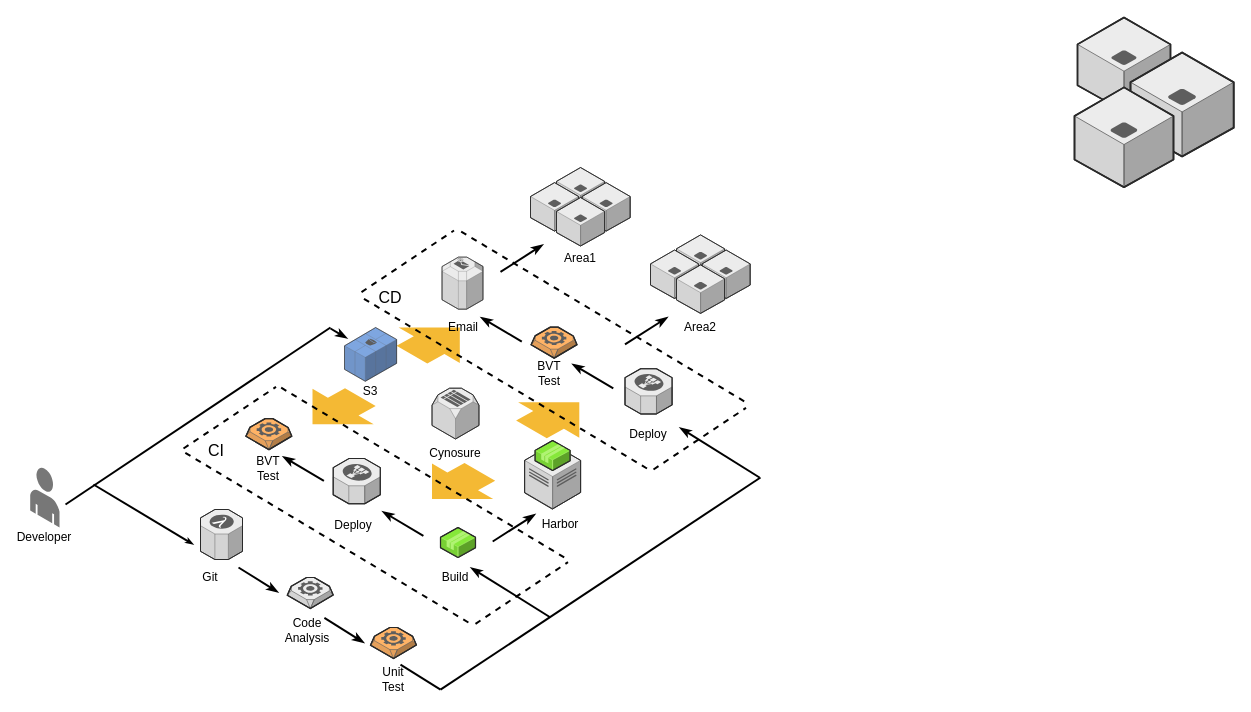
This is page "第 2 页" (2 of 2) of 未命名绘图.drawio from Mr-lixh/diagrams, a draw.io file, before an edit. Source tidied: cells renumbered, new cells numbered last; positions are measured from the earlier drawing's top-left corner, leaving out a move shared by most shapes. Both pictures are drawn from the tidied source at 100%, with x=0, y=0 at pixel (24, 17).
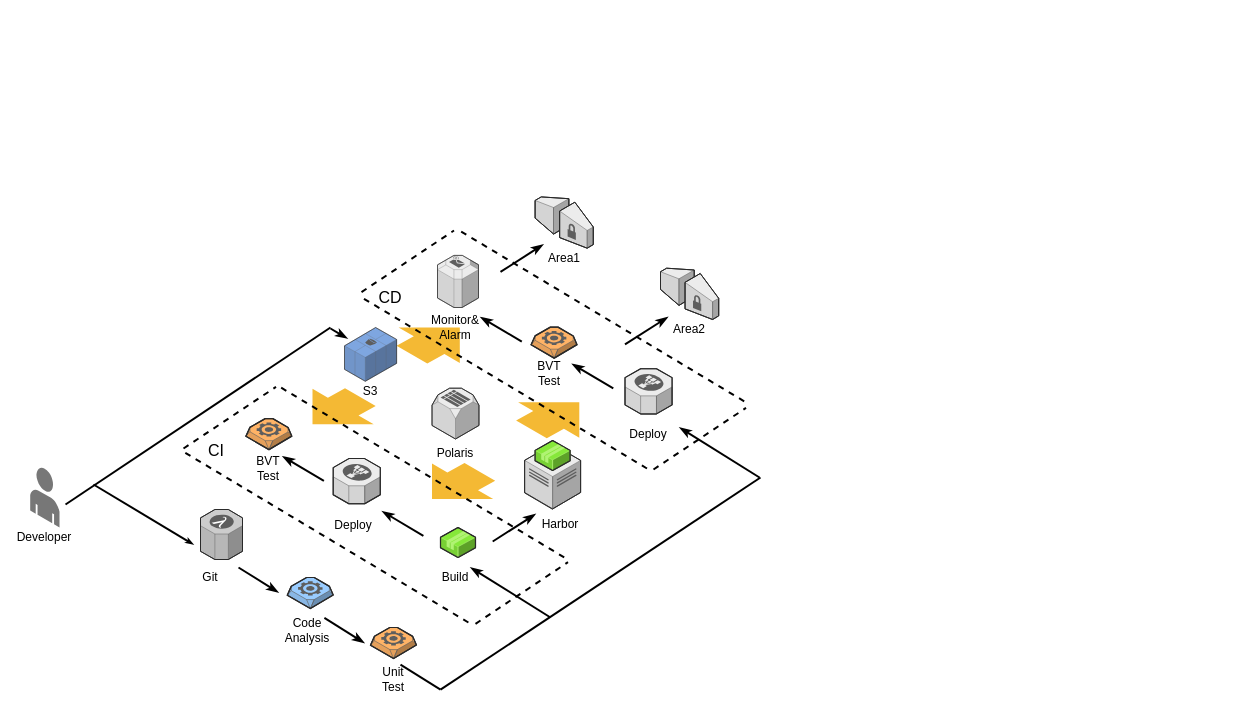
The same page after the edit.

Change to the diagram source:
```diff
@@
-    <mxCell id="6" style="verticalLabelPosition=bottom;html=1;verticalAlign=top;strokeWidth=1;align=center;dashed=0;shape=mxgraph.aws3d.lambda;fillColor=#ECECEC;strokeColor=#5E5E5E;rounded=0;" parent="1" vertex="1">
+    <mxCell id="6" style="verticalLabelPosition=bottom;html=1;verticalAlign=top;strokeWidth=1;align=center;dashed=0;shape=mxgraph.aws3d.lambda;fillColor=#CCCCCC;strokeColor=#5E5E5E;rounded=0;" parent="1" vertex="1">
       <mxGeometry x="176" y="492" width="42" height="50" as="geometry" />
     </mxCell>
@@
-    <mxCell id="9" style="verticalLabelPosition=bottom;html=1;verticalAlign=top;strokeWidth=1;align=center;dashed=0;shape=mxgraph.aws3d.application_server;fillColor=#ECECEC;strokeColor=#5E5E5E;hachureGap=4;" parent="1" vertex="1">
-      <mxGeometry x="1053" width="93" height="93.8" as="geometry" />
-    </mxCell>
-    <mxCell id="10" style="verticalLabelPosition=bottom;html=1;verticalAlign=top;strokeWidth=1;align=center;dashed=0;shape=mxgraph.aws3d.application_server;fillColor=#ECECEC;strokeColor=#5E5E5E;hachureGap=4;" parent="1" vertex="1">
-      <mxGeometry x="1106" y="34.9" width="103.2" height="104" as="geometry" />
-    </mxCell>
-    <mxCell id="11" style="verticalLabelPosition=bottom;html=1;verticalAlign=top;strokeWidth=1;align=center;dashed=0;shape=mxgraph.aws3d.application_server;fillColor=#ECECEC;strokeColor=#5E5E5E;hachureGap=4;" parent="1" vertex="1">
-      <mxGeometry x="1050" y="69.9" width="99" height="99.8" as="geometry" />
-    </mxCell>
@@
-    <mxCell id="17" style="verticalLabelPosition=bottom;html=1;verticalAlign=top;strokeWidth=1;align=center;dashed=0;shape=mxgraph.aws3d.worker;fillColor=#ECECEC;strokeColor=#5E5E5E;hachureGap=4;" parent="1" vertex="1">
+    <mxCell id="17" style="verticalLabelPosition=bottom;html=1;verticalAlign=top;strokeWidth=1;align=center;dashed=0;shape=mxgraph.aws3d.worker;fillColor=#99CCFF;strokeColor=#5E5E5E;hachureGap=4;" parent="1" vertex="1">
       <mxGeometry x="262.8" y="560" width="45.9" height="31" as="geometry" />
     </mxCell>
@@
-    <mxCell id="39" value="Cynosure" style="text;html=1;strokeColor=none;fillColor=none;align=center;verticalAlign=middle;whiteSpace=wrap;rounded=0;hachureGap=4;" parent="1" vertex="1">
+    <mxCell id="39" value="Polaris" style="text;html=1;strokeColor=none;fillColor=none;align=center;verticalAlign=middle;whiteSpace=wrap;rounded=0;hachureGap=4;" parent="1" vertex="1">
       <mxGeometry x="411" y="425.5" width="40" height="20" as="geometry" />
     </mxCell>
@@
     <mxCell id="52" style="verticalLabelPosition=bottom;html=1;verticalAlign=top;strokeWidth=1;align=center;dashed=0;shape=mxgraph.aws3d.email_service;fillColor=#ECECEC;strokeColor=#5E5E5E;hachureGap=4;fontSize=16;" parent="1" vertex="1">
-      <mxGeometry x="417.5" y="239.6" width="41" height="52.1" as="geometry" />
+      <mxGeometry x="413" y="237.9" width="41" height="52.1" as="geometry" />
     </mxCell>
@@
-    <mxCell id="54" value="Email" style="text;html=1;strokeColor=none;fillColor=none;align=center;verticalAlign=middle;whiteSpace=wrap;rounded=0;hachureGap=4;" parent="1" vertex="1">
-      <mxGeometry x="418.5" y="299.6" width="40" height="20" as="geometry" />
+    <mxCell id="54" value="Monitor&amp;amp;&lt;br&gt;Alarm" style="text;html=1;strokeColor=none;fillColor=none;align=center;verticalAlign=middle;whiteSpace=wrap;rounded=0;hachureGap=4;" parent="1" vertex="1">
+      <mxGeometry x="411" y="299.6" width="40" height="20" as="geometry" />
     </mxCell>
@@
-    <mxCell id="60" style="group;" parent="1" vertex="1">
-      <mxGeometry x="506" y="150" width="99.7" height="78.5" as="geometry" />
-    </mxCell>
-    <mxCell id="61" style="verticalLabelPosition=bottom;html=1;verticalAlign=top;strokeWidth=1;align=center;dashed=0;shape=mxgraph.aws3d.application_server;fillColor=#ECECEC;strokeColor=#5E5E5E;hachureGap=4;" parent="60" vertex="1">
-      <mxGeometry x="26" width="48.1" height="48.5" as="geometry" />
-    </mxCell>
-    <mxCell id="62" style="verticalLabelPosition=bottom;html=1;verticalAlign=top;strokeWidth=1;align=center;dashed=0;shape=mxgraph.aws3d.application_server;fillColor=#ECECEC;strokeColor=#5E5E5E;hachureGap=4;" parent="60" vertex="1">
-      <mxGeometry y="15.1" width="48.1" height="48.5" as="geometry" />
-    </mxCell>
-    <mxCell id="63" style="verticalLabelPosition=bottom;html=1;verticalAlign=top;strokeWidth=1;align=center;dashed=0;shape=mxgraph.aws3d.application_server;fillColor=#ECECEC;strokeColor=#5E5E5E;hachureGap=4;" parent="60" vertex="1">
-      <mxGeometry x="51.6" y="15.1" width="48.1" height="48.5" as="geometry" />
-    </mxCell>
-    <mxCell id="64" style="verticalLabelPosition=bottom;html=1;verticalAlign=top;strokeWidth=1;align=center;dashed=0;shape=mxgraph.aws3d.application_server;fillColor=#ECECEC;strokeColor=#5E5E5E;hachureGap=4;" parent="60" vertex="1">
-      <mxGeometry x="26" y="30" width="48.1" height="48.5" as="geometry" />
-    </mxCell>
-    <mxCell id="65" style="group;" parent="1" vertex="1">
-      <mxGeometry x="626" y="217.4" width="99.7" height="78.5" as="geometry" />
-    </mxCell>
-    <mxCell id="66" style="verticalLabelPosition=bottom;html=1;verticalAlign=top;strokeWidth=1;align=center;dashed=0;shape=mxgraph.aws3d.application_server;fillColor=#ECECEC;strokeColor=#5E5E5E;hachureGap=4;" parent="65" vertex="1">
-      <mxGeometry x="26" width="48.1" height="48.5" as="geometry" />
-    </mxCell>
-    <mxCell id="67" style="verticalLabelPosition=bottom;html=1;verticalAlign=top;strokeWidth=1;align=center;dashed=0;shape=mxgraph.aws3d.application_server;fillColor=#ECECEC;strokeColor=#5E5E5E;hachureGap=4;" parent="65" vertex="1">
-      <mxGeometry y="15.1" width="48.1" height="48.5" as="geometry" />
-    </mxCell>
-    <mxCell id="68" style="verticalLabelPosition=bottom;html=1;verticalAlign=top;strokeWidth=1;align=center;dashed=0;shape=mxgraph.aws3d.application_server;fillColor=#ECECEC;strokeColor=#5E5E5E;hachureGap=4;" parent="65" vertex="1">
-      <mxGeometry x="51.6" y="15.1" width="48.1" height="48.5" as="geometry" />
-    </mxCell>
-    <mxCell id="69" style="verticalLabelPosition=bottom;html=1;verticalAlign=top;strokeWidth=1;align=center;dashed=0;shape=mxgraph.aws3d.application_server;fillColor=#ECECEC;strokeColor=#5E5E5E;hachureGap=4;" parent="65" vertex="1">
-      <mxGeometry x="26" y="30" width="48.1" height="48.5" as="geometry" />
-    </mxCell>
     <mxCell id="70" value="Area1" style="text;html=1;strokeColor=none;fillColor=none;align=center;verticalAlign=middle;whiteSpace=wrap;rounded=0;hachureGap=4;" parent="1" vertex="1">
-      <mxGeometry x="535.9" y="230.7" width="40" height="20" as="geometry" />
+      <mxGeometry x="519.7" y="230.7" width="40" height="20" as="geometry" />
     </mxCell>
     <mxCell id="71" value="Area2" style="text;html=1;strokeColor=none;fillColor=none;align=center;verticalAlign=middle;whiteSpace=wrap;rounded=0;hachureGap=4;" parent="1" vertex="1">
-      <mxGeometry x="655.9" y="299.6" width="40" height="20" as="geometry" />
+      <mxGeometry x="645.1" y="302" width="40" height="20" as="geometry" />
     </mxCell>
@@
+    <mxCell id="74" style="verticalLabelPosition=bottom;html=1;verticalAlign=top;strokeWidth=1;align=center;dashed=0;shape=mxgraph.aws3d.vpcGateway;fillColor=#ECECEC;strokeColor=#5E5E5E;" parent="1" vertex="1">
+      <mxGeometry x="510.6" y="179.4" width="58.2" height="51.3" as="geometry" />
+    </mxCell>
+    <mxCell id="75" style="verticalLabelPosition=bottom;html=1;verticalAlign=top;strokeWidth=1;align=center;dashed=0;shape=mxgraph.aws3d.vpcGateway;fillColor=#ECECEC;strokeColor=#5E5E5E;" parent="1" vertex="1">
+      <mxGeometry x="636" y="250.7" width="58.2" height="51.3" as="geometry" />
+    </mxCell>
```
